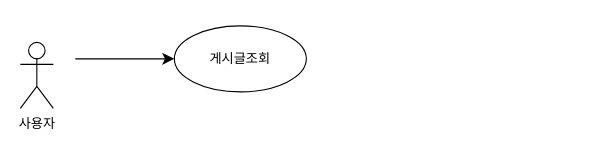
Earlier version of the draw.io diagram BOD-ANN-004.drawio (fury2019/Diagram). Source tidied: cells renumbered, new cells numbered last; positions are measured from the earlier drawing's top-left corner, leaving out a move shared by most shapes. Both pictures are drawn from the tidied source at 110%, with x=0, y=0 at pixel (20, 25).
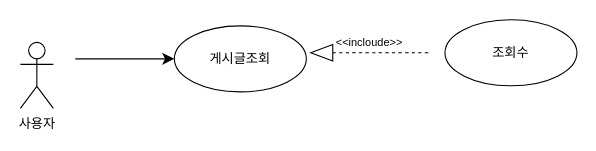
Above is the later version.

Change to the diagram source:
```diff
@@
 <mxGraphModel>
   <root>
     <mxCell id="0" />
     <mxCell id="1" parent="0" />
     <mxCell id="2" value="사용자" style="shape=umlActor;verticalLabelPosition=bottom;verticalAlign=top;html=1;" parent="1" vertex="1">
       <mxGeometry y="15" width="30" height="60" as="geometry" />
     </mxCell>
     <mxCell id="3" value="게시글조회" style="ellipse;whiteSpace=wrap;html=1;" parent="1" vertex="1">
       <mxGeometry x="140" width="120" height="60" as="geometry" />
     </mxCell>
     <mxCell id="4" style="endArrow=classic;html=1;rounded=0;fontSize=12;startSize=8;endSize=8;curved=1;entryX=0;entryY=0.5;entryDx=0;entryDy=0;" parent="1" edge="1" target="3">
       <mxGeometry relative="1" as="geometry">
         <mxPoint x="50" y="30" as="sourcePoint" />
       </mxGeometry>
     </mxCell>
+    <mxCell id="5" value="조회수" style="ellipse;whiteSpace=wrap;html=1;" parent="1" vertex="1">
+      <mxGeometry x="386" y="-5.5" width="120" height="60" as="geometry" />
+    </mxCell>
+    <mxCell id="6" style="endArrow=none;dashed=1;html=1;rounded=0;fontSize=12;startSize=8;endSize=8;curved=1;exitX=1;exitY=0.5;exitDx=0;exitDy=0;" parent="1" edge="1">
+      <mxGeometry relative="1" as="geometry">
+        <mxPoint x="284" y="24.4" as="sourcePoint" />
+        <mxPoint x="374" y="24.4" as="targetPoint" />
+      </mxGeometry>
+    </mxCell>
+    <mxCell id="7" value="&lt;font style=&quot;font-size: 10px; font-weight: normal;&quot;&gt;&amp;lt;&amp;lt;incloude&amp;gt;&amp;gt;&lt;/font&gt;" style="text;strokeColor=none;fillColor=none;html=1;fontSize=24;fontStyle=1;verticalAlign=middle;align=center;" parent="1" vertex="1">
+      <mxGeometry x="284" y="2" width="66" height="17" as="geometry" />
+    </mxCell>
+    <mxCell id="8" style="endArrow=none;dashed=1;html=1;rounded=0;fontSize=12;startSize=8;endSize=8;curved=1;exitX=1;exitY=0.5;exitDx=0;exitDy=0;" parent="1" edge="1" target="9">
+      <mxGeometry relative="1" as="geometry">
+        <mxPoint x="265" y="24.5" as="sourcePoint" />
+      </mxGeometry>
+    </mxCell>
+    <mxCell id="9" style="triangle;whiteSpace=wrap;html=1;direction=west;" parent="1" vertex="1">
+      <mxGeometry x="264" y="17" width="20" height="15" as="geometry" />
+    </mxCell>
   </root>
 </mxGraphModel>
```
